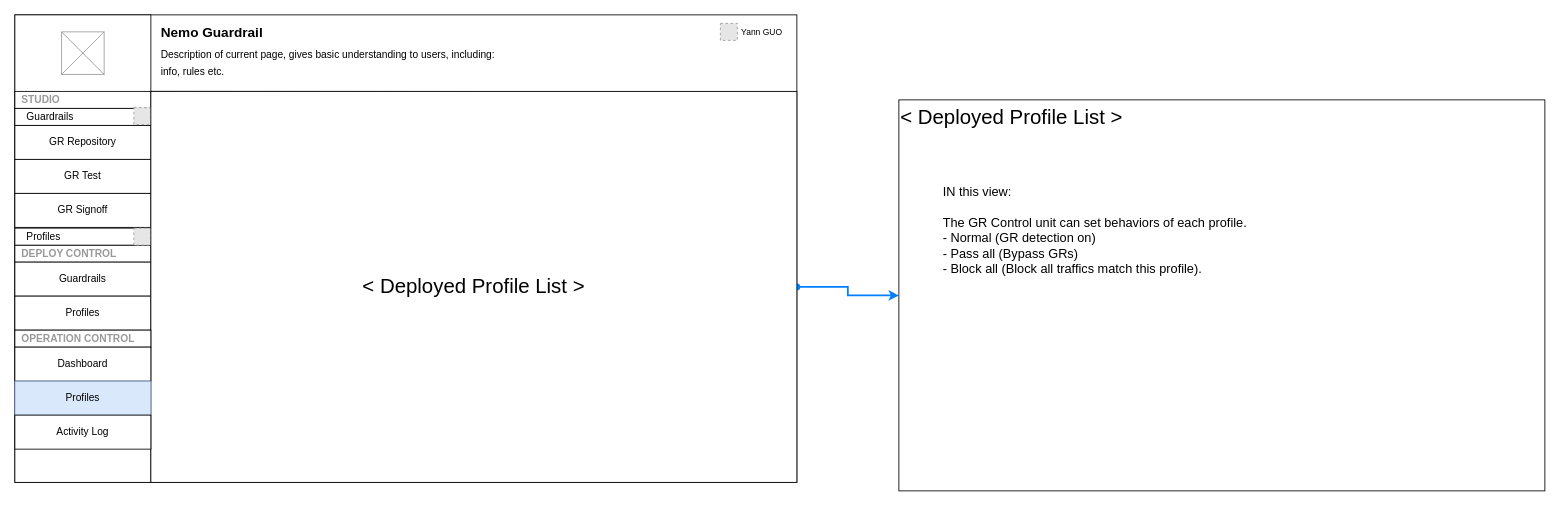
Earlier version of the draw.io diagram page "OA-AU-Index" (20 of 20) of NMGR.drawio (thinker-g/fx-drive). Source tidied: cells renumbered, new cells numbered last; positions are measured from the earlier drawing's top-left corner, leaving out a move shared by most shapes. Both pictures are drawn from the tidied source at 85%, with x=0, y=0 at pixel (14, 14). Pictures stored in the file or linked from it are replaced by grey dashed boxes.
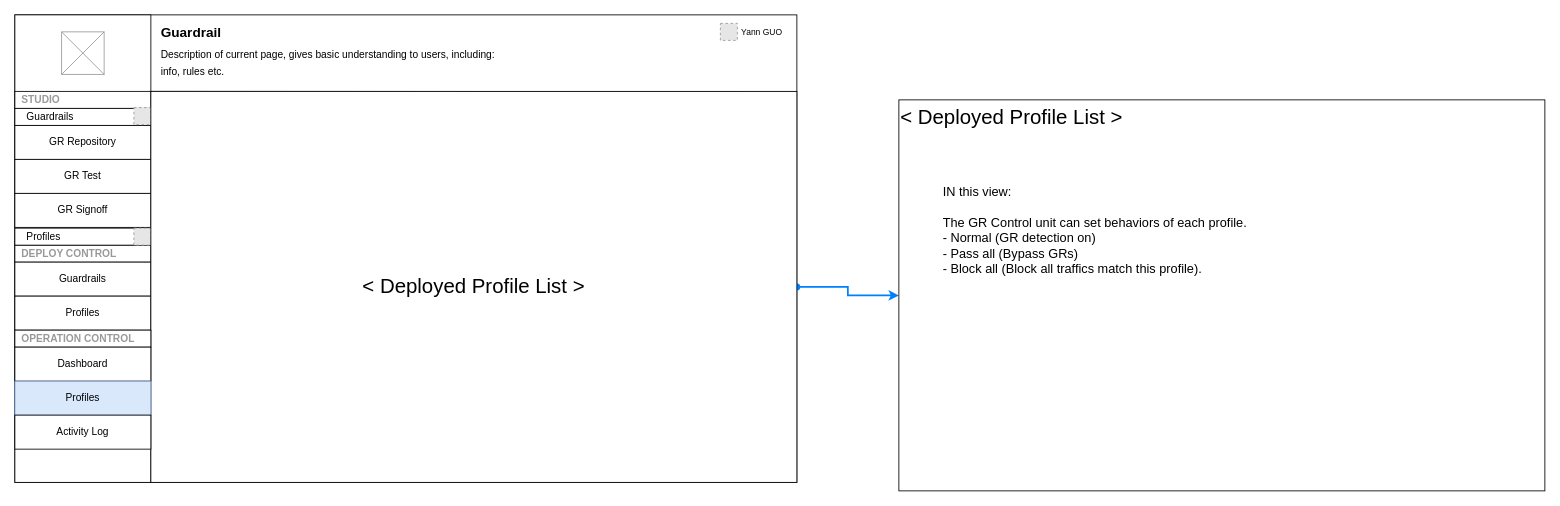
The same page after the edit.

Diff of the diagram source:
```diff
@@
-    <mxCell id="5" value="&lt;h1 style=&quot;margin-top: 0px; margin-bottom: 0px;&quot;&gt;&lt;span style=&quot;font-size: 16px;&quot;&gt;Nemo Guardrail&lt;/span&gt;&lt;/h1&gt;&lt;p style=&quot;margin-bottom: 6px; margin-top: 6px;&quot;&gt;Description of current page, gives basic understanding to users, including:&lt;/p&gt;&lt;p style=&quot;margin-bottom: 0px; margin-top: 0px;&quot;&gt;info, rules etc.&amp;nbsp;&lt;/p&gt;" style="text;html=1;whiteSpace=wrap;overflow=hidden;rounded=0;spacing=0;spacingLeft=12;" parent="1" vertex="1">
+    <mxCell id="5" value="&lt;h1 style=&quot;margin-top: 0px; margin-bottom: 0px;&quot;&gt;&lt;span style=&quot;font-size: 16px;&quot;&gt;Guardrail&lt;/span&gt;&lt;/h1&gt;&lt;p style=&quot;margin-bottom: 6px; margin-top: 6px;&quot;&gt;Description of current page, gives basic understanding to users, including:&lt;/p&gt;&lt;p style=&quot;margin-bottom: 0px; margin-top: 0px;&quot;&gt;info, rules etc.&amp;nbsp;&lt;/p&gt;" style="text;html=1;whiteSpace=wrap;overflow=hidden;rounded=0;spacing=0;spacingLeft=12;" parent="1" vertex="1">
       <mxGeometry x="160" width="760" height="90" as="geometry" />
     </mxCell>
```
